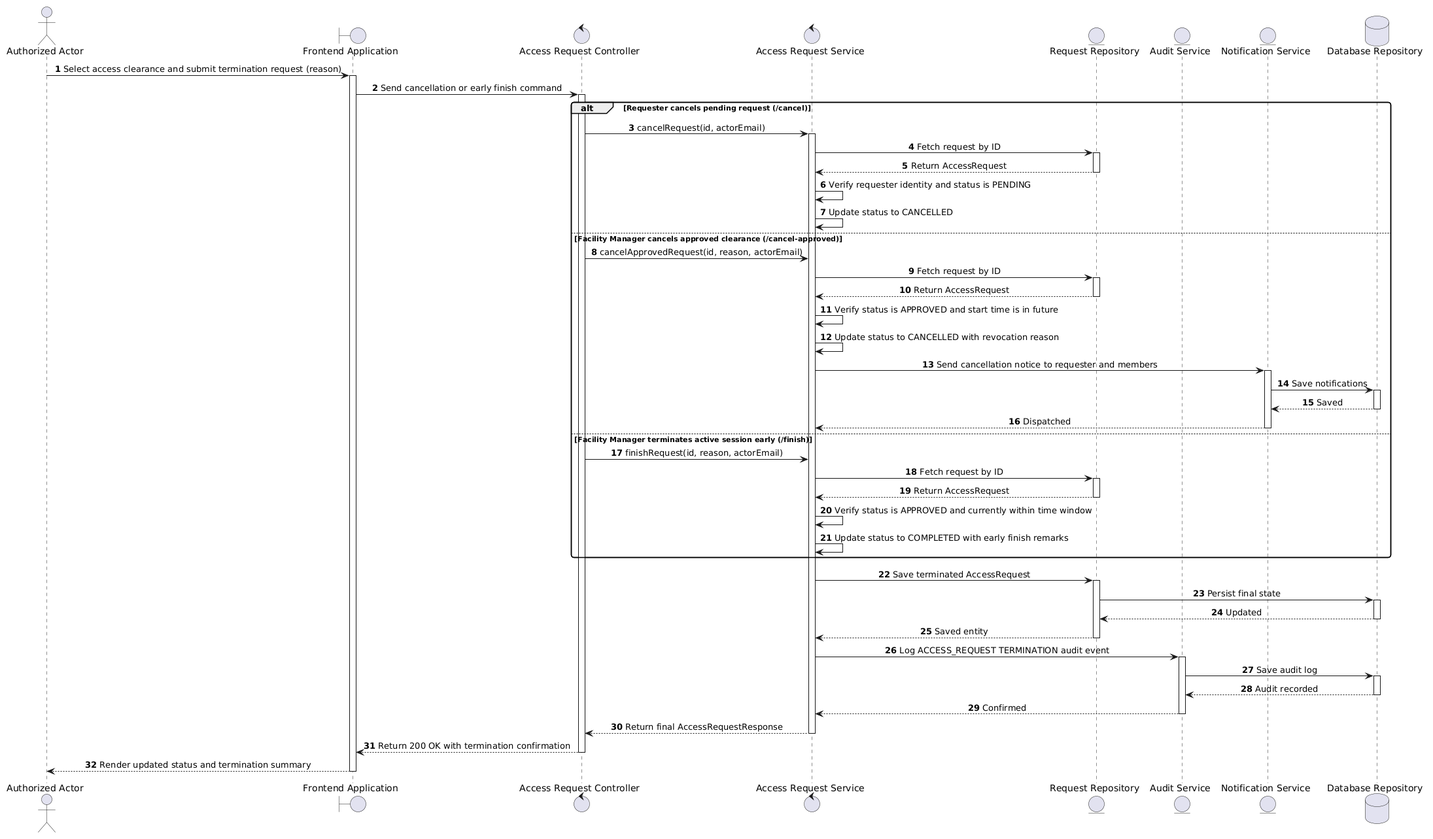
Earlier version of the PlantUML export docs/diagrams/seq_3.7.3.png (AnhHao2505/AI-Based-Intelligent-Campus-Security-Surveillance-System). Source of this version:
```plantuml
@startuml
skinparam shadowing false
skinparam monochrome false
skinparam roundcorner 8
skinparam defaultFontName Arial
skinparam sequenceMessageAlign center

autonumber

actor "Authorized Actor" as Actor
boundary "Frontend Application" as App
control "Access Request Controller" as Controller
control "Access Request Service" as Service
entity "Request Repository" as RequestRepo
entity "Audit Service" as Audit
entity "Notification Service" as Notif
database "Database Repository" as DB

Actor -> App : Select access clearance and submit termination request (reason)
activate App
App -> Controller : Send cancellation or early finish command
activate Controller

alt Requester cancels pending request (/cancel)
    Controller -> Service : cancelRequest(id, actorEmail)
    activate Service
    Service -> RequestRepo : Fetch request by ID
    activate RequestRepo
    RequestRepo --> Service : Return AccessRequest
    deactivate RequestRepo
    Service -> Service : Verify requester identity and status is PENDING
    Service -> Service : Update status to CANCELLED
else Facility Manager cancels approved clearance (/cancel-approved)
    Controller -> Service : cancelApprovedRequest(id, reason, actorEmail)
    Service -> RequestRepo : Fetch request by ID
    activate RequestRepo
    RequestRepo --> Service : Return AccessRequest
    deactivate RequestRepo
    Service -> Service : Verify status is APPROVED and start time is in future
    Service -> Service : Update status to CANCELLED with revocation reason
    Service -> Notif : Send cancellation notice to requester and members
    activate Notif
    Notif -> DB : Save notifications
    activate DB
    DB --> Notif : Saved
    deactivate DB
    Notif --> Service : Dispatched
    deactivate Notif
else Facility Manager terminates active session early (/finish)
    Controller -> Service : finishRequest(id, reason, actorEmail)
    Service -> RequestRepo : Fetch request by ID
    activate RequestRepo
    RequestRepo --> Service : Return AccessRequest
    deactivate RequestRepo
    Service -> Service : Verify status is APPROVED and currently within time window
    Service -> Service : Update status to COMPLETED with early finish remarks
end

Service -> RequestRepo : Save terminated AccessRequest
activate RequestRepo
RequestRepo -> DB : Persist final state
activate DB
DB --> RequestRepo : Updated
deactivate DB
RequestRepo --> Service : Saved entity
deactivate RequestRepo

Service -> Audit : Log ACCESS_REQUEST TERMINATION audit event
activate Audit
Audit -> DB : Save audit log
activate DB
DB --> Audit : Audit recorded
deactivate DB
Audit --> Service : Confirmed
deactivate Audit

Service --> Controller : Return final AccessRequestResponse
deactivate Service
Controller --> App : Return 200 OK with termination confirmation
deactivate Controller
App --> Actor : Render updated status and termination summary
deactivate App
@enduml
```
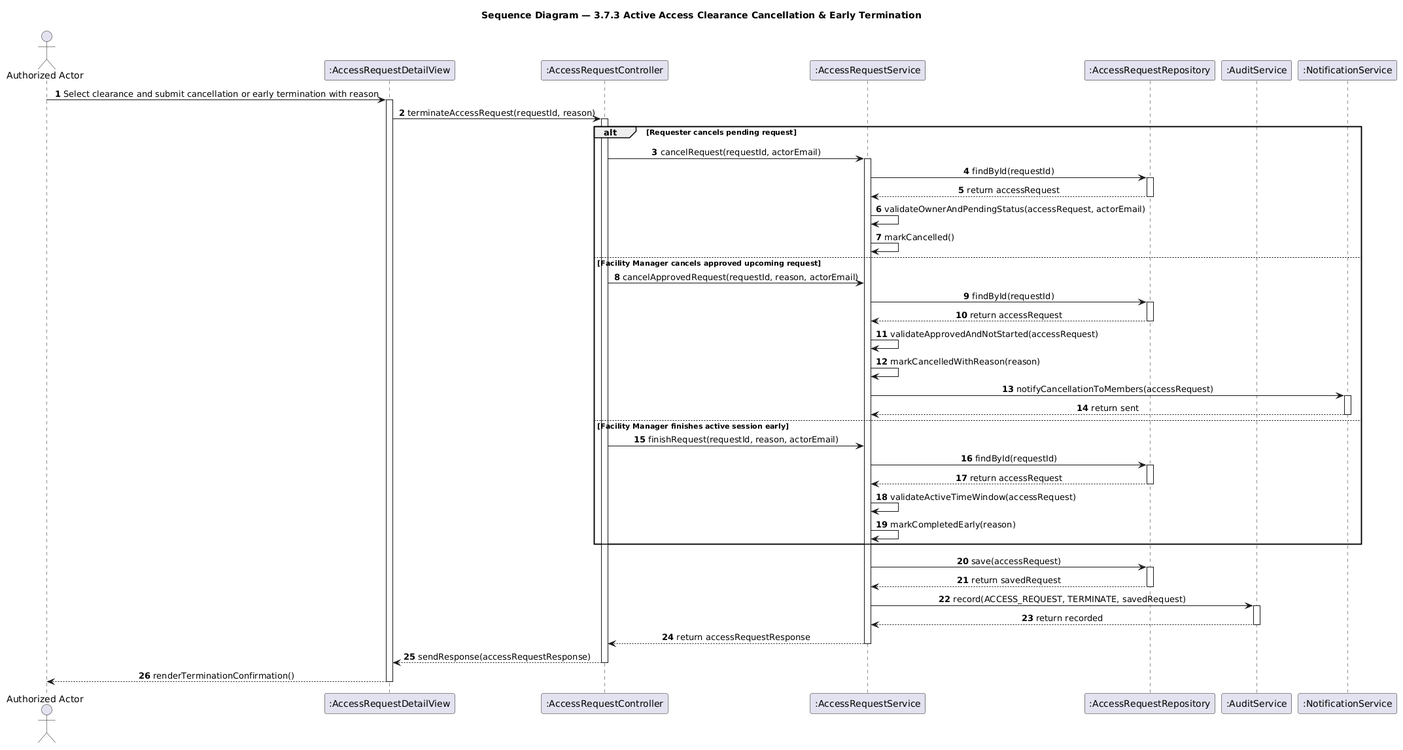
The same diagram one commit later.

What changed in the source:
```diff
@@ -1,83 +1,66 @@
 @startuml
 skinparam shadowing false
-skinparam monochrome false
-skinparam roundcorner 8
-skinparam defaultFontName Arial
 skinparam sequenceMessageAlign center
-
 autonumber
 
+title Sequence Diagram — 3.7.3 Active Access Clearance Cancellation & Early Termination
+
 actor "Authorized Actor" as Actor
-boundary "Frontend Application" as App
-control "Access Request Controller" as Controller
-control "Access Request Service" as Service
-entity "Request Repository" as RequestRepo
-entity "Audit Service" as Audit
-entity "Notification Service" as Notif
-database "Database Repository" as DB
+participant ":AccessRequestDetailView" as View
+participant ":AccessRequestController" as Controller
+participant ":AccessRequestService" as Service
+participant ":AccessRequestRepository" as RequestRepo
+participant ":AuditService" as Audit
+participant ":NotificationService" as Notif
 
-Actor -> App : Select access clearance and submit termination request (reason)
-activate App
-App -> Controller : Send cancellation or early finish command
+Actor -> View : Select clearance and submit cancellation or early termination with reason
+activate View
+View -> Controller : terminateAccessRequest(requestId, reason)
 activate Controller
 
-alt Requester cancels pending request (/cancel)
-    Controller -> Service : cancelRequest(id, actorEmail)
+alt Requester cancels pending request
+    Controller -> Service : cancelRequest(requestId, actorEmail)
     activate Service
-    Service -> RequestRepo : Fetch request by ID
+    Service -> RequestRepo : findById(requestId)
     activate RequestRepo
-    RequestRepo --> Service : Return AccessRequest
+    RequestRepo --> Service : return accessRequest
     deactivate RequestRepo
-    Service -> Service : Verify requester identity and status is PENDING
-    Service -> Service : Update status to CANCELLED
-else Facility Manager cancels approved clearance (/cancel-approved)
-    Controller -> Service : cancelApprovedRequest(id, reason, actorEmail)
-    Service -> RequestRepo : Fetch request by ID
+    Service -> Service : validateOwnerAndPendingStatus(accessRequest, actorEmail)
+    Service -> Service : markCancelled()
+else Facility Manager cancels approved upcoming request
+    Controller -> Service : cancelApprovedRequest(requestId, reason, actorEmail)
+    Service -> RequestRepo : findById(requestId)
     activate RequestRepo
-    RequestRepo --> Service : Return AccessRequest
+    RequestRepo --> Service : return accessRequest
     deactivate RequestRepo
-    Service -> Service : Verify status is APPROVED and start time is in future
-    Service -> Service : Update status to CANCELLED with revocation reason
-    Service -> Notif : Send cancellation notice to requester and members
+    Service -> Service : validateApprovedAndNotStarted(accessRequest)
+    Service -> Service : markCancelledWithReason(reason)
+    Service -> Notif : notifyCancellationToMembers(accessRequest)
     activate Notif
-    Notif -> DB : Save notifications
-    activate DB
-    DB --> Notif : Saved
-    deactivate DB
-    Notif --> Service : Dispatched
+    Notif --> Service : return sent
     deactivate Notif
-else Facility Manager terminates active session early (/finish)
-    Controller -> Service : finishRequest(id, reason, actorEmail)
-    Service -> RequestRepo : Fetch request by ID
+else Facility Manager finishes active session early
+    Controller -> Service : finishRequest(requestId, reason, actorEmail)
+    Service -> RequestRepo : findById(requestId)
     activate RequestRepo
-    RequestRepo --> Service : Return AccessRequest
+    RequestRepo --> Service : return accessRequest
     deactivate RequestRepo
-    Service -> Service : Verify status is APPROVED and currently within time window
-    Service -> Service : Update status to COMPLETED with early finish remarks
+    Service -> Service : validateActiveTimeWindow(accessRequest)
+    Service -> Service : markCompletedEarly(reason)
 end
 
-Service -> RequestRepo : Save terminated AccessRequest
+Service -> RequestRepo : save(accessRequest)
 activate RequestRepo
-RequestRepo -> DB : Persist final state
-activate DB
-DB --> RequestRepo : Updated
-deactivate DB
-RequestRepo --> Service : Saved entity
+RequestRepo --> Service : return savedRequest
 deactivate RequestRepo
-
-Service -> Audit : Log ACCESS_REQUEST TERMINATION audit event
+Service -> Audit : record(ACCESS_REQUEST, TERMINATE, savedRequest)
 activate Audit
-Audit -> DB : Save audit log
-activate DB
-DB --> Audit : Audit recorded
-deactivate DB
-Audit --> Service : Confirmed
+Audit --> Service : return recorded
 deactivate Audit
-
-Service --> Controller : Return final AccessRequestResponse
+Service --> Controller : return accessRequestResponse
 deactivate Service
-Controller --> App : Return 200 OK with termination confirmation
+Controller --> View : sendResponse(accessRequestResponse)
 deactivate Controller
-App --> Actor : Render updated status and termination summary
-deactivate App
+View --> Actor : renderTerminationConfirmation()
+deactivate View
 @enduml
```
